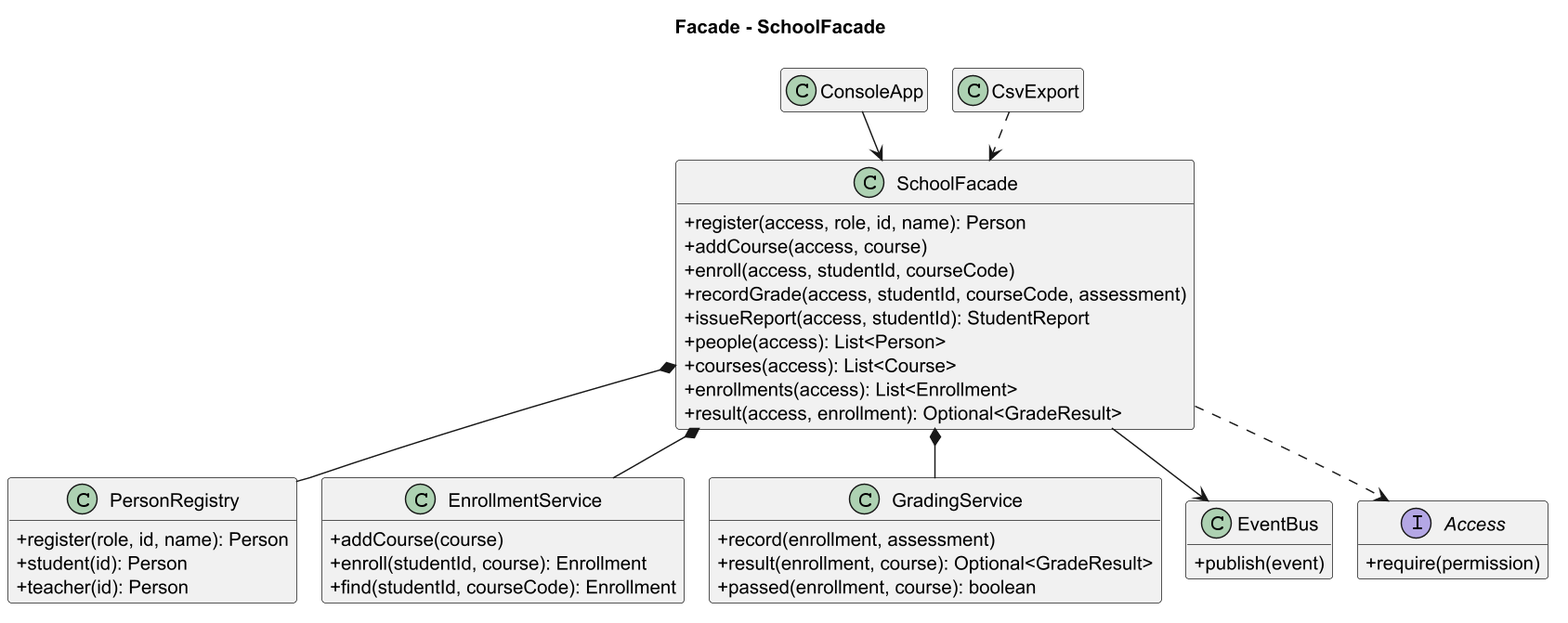
The PlantUML diagram docs/images/facade.png in Asylstyle/school-management-system, before a commit.
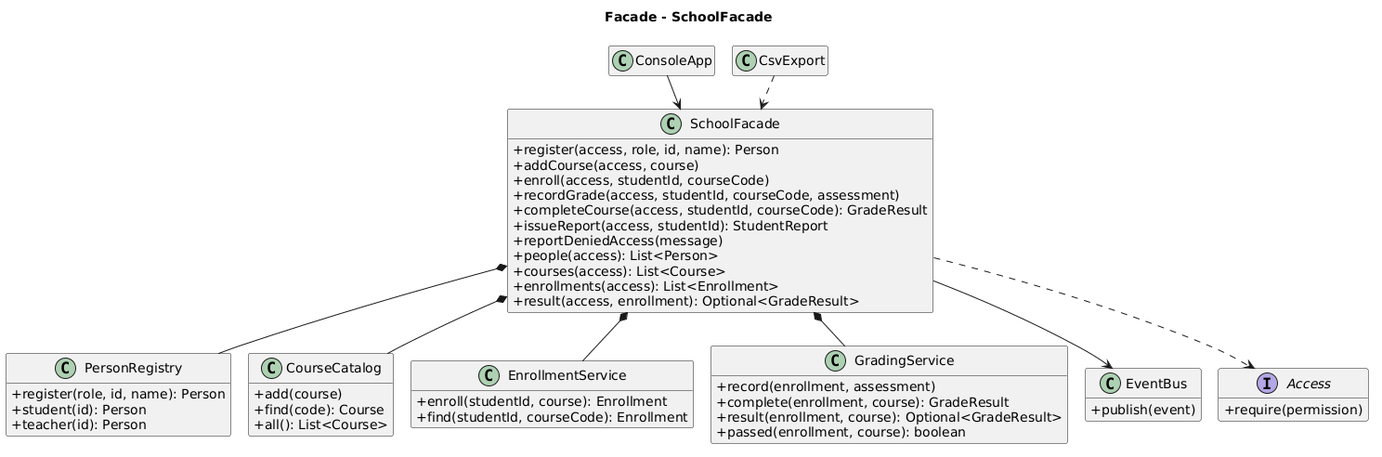
Later version of the same file.

Change to the diagram source:
```diff
@@ -1,5 +1,4 @@
-@startuml facade
-skinparamlocked dpi 140
+@startuml
 !pragma layout smetana
 title Facade - SchoolFacade
 skinparam classAttributeIconSize 0
@@ -13,7 +12,9 @@
   +addCourse(access, course)
   +enroll(access, studentId, courseCode)
   +recordGrade(access, studentId, courseCode, assessment)
+  +completeCourse(access, studentId, courseCode): GradeResult
   +issueReport(access, studentId): StudentReport
+  +reportDeniedAccess(message)
   +people(access): List<Person>
   +courses(access): List<Course>
   +enrollments(access): List<Enrollment>
@@ -24,13 +25,18 @@
   +student(id): Person
   +teacher(id): Person
 }
+class CourseCatalog {
+  +add(course)
+  +find(code): Course
+  +all(): List<Course>
+}
 class EnrollmentService {
-  +addCourse(course)
   +enroll(studentId, course): Enrollment
   +find(studentId, courseCode): Enrollment
 }
 class GradingService {
   +record(enrollment, assessment)
+  +complete(enrollment, course): GradeResult
   +result(enrollment, course): Optional<GradeResult>
   +passed(enrollment, course): boolean
 }
@@ -44,6 +50,7 @@
 ConsoleApp --> SchoolFacade
 CsvExport ..> SchoolFacade
 SchoolFacade *-- PersonRegistry
+SchoolFacade *-- CourseCatalog
 SchoolFacade *-- EnrollmentService
 SchoolFacade *-- GradingService
 SchoolFacade --> EventBus
```
